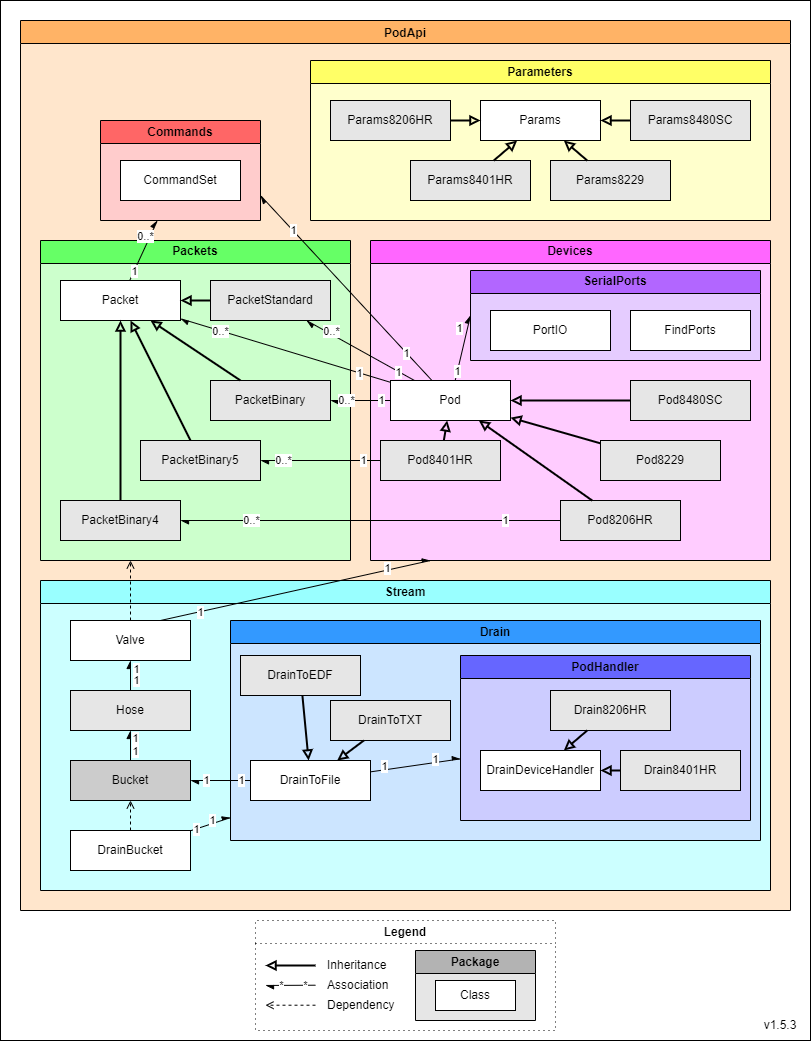
Before: Documents/Diagrams/class-diagrams-PodApi.png, a diagram exported from draw.io (Pinnacle-Technology-Inc/Morelia). Source tidied: cells renumbered, new cells last; positions are measured from the earlier drawing's top-left corner, leaving out a move shared by most shapes.
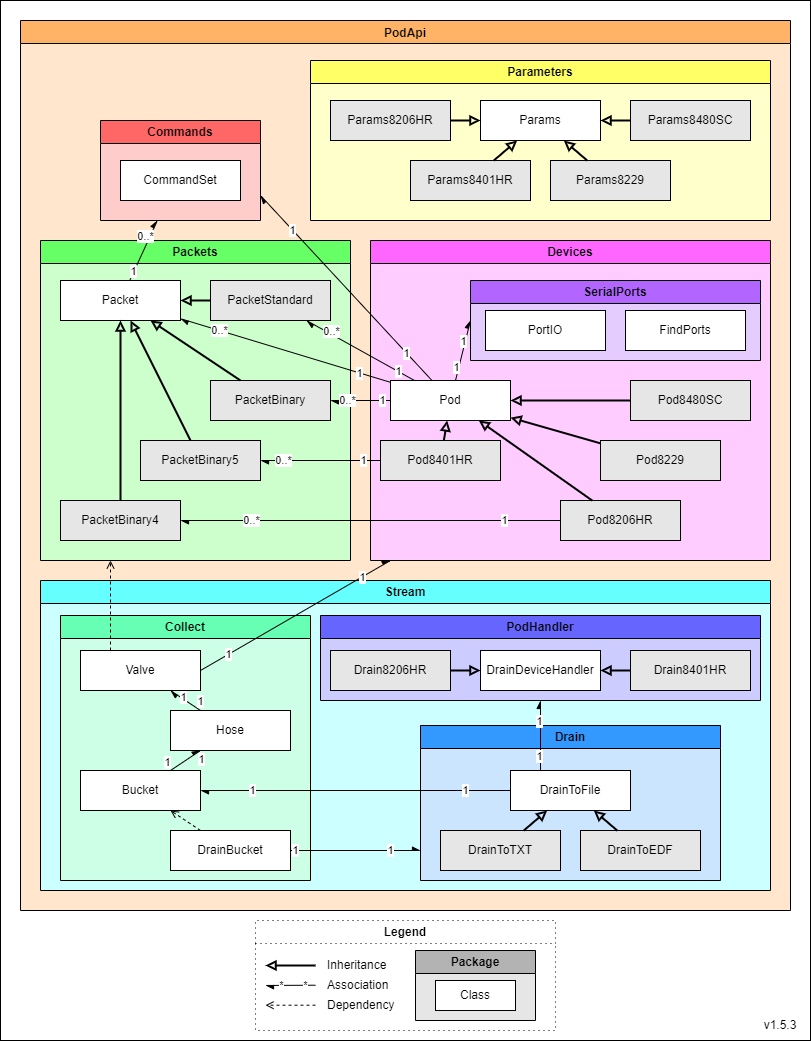
Later version of the same file.

What changed in the source:
```diff
@@ -102,24 +102,26 @@
       <mxGeometry relative="1" as="geometry" />
     </mxCell>
     <mxCell id="35" value="SerialPorts" style="swimlane;whiteSpace=wrap;html=1;fillColor=#B266FF;swimlaneFillColor=#E5CCFF;" parent="27" vertex="1">
-      <mxGeometry x="100" y="30" width="290" height="90" as="geometry" />
+      <mxGeometry x="100" y="40" width="290" height="80" as="geometry" />
     </mxCell>
     <mxCell id="36" value="PortIO" style="rounded=0;whiteSpace=wrap;html=1;fontStyle=0;" parent="35" vertex="1">
-      <mxGeometry x="20" y="40" width="120" height="40" as="geometry" />
+      <mxGeometry x="15" y="30" width="120" height="40" as="geometry" />
     </mxCell>
     <mxCell id="37" value="FindPorts" style="rounded=0;whiteSpace=wrap;html=1;fontStyle=0;" parent="35" vertex="1">
-      <mxGeometry x="160" y="40" width="120" height="40" as="geometry" />
+      <mxGeometry x="155" y="30" width="120" height="40" as="geometry" />
     </mxCell>
     <mxCell id="38" style="endArrow=async;html=1;endFill=1;fontStyle=0;entryX=0;entryY=0.5;entryDx=0;entryDy=0;" parent="27" edge="1" source="28" target="35">
       <mxGeometry relative="1" as="geometry" />
     </mxCell>
     <mxCell id="39" value="1" style="edgeLabel;html=1;align=center;verticalAlign=middle;fontStyle=0;" parent="38" vertex="1">
       <mxGeometry x="0.63" relative="1" as="geometry">
-        <mxPoint x="-9" as="offset" />
+        <mxPoint x="-4" y="10" as="offset" />
       </mxGeometry>
     </mxCell>
     <mxCell id="40" value="1" style="edgeLabel;html=1;align=center;verticalAlign=middle;fontStyle=0;" parent="38" vertex="1">
-      <mxGeometry x="-0.71" relative="1" as="geometry" />
+      <mxGeometry x="-0.71" relative="1" as="geometry">
+        <mxPoint x="-1" y="-4" as="offset" />
+      </mxGeometry>
     </mxCell>
     <mxCell id="41" value="Pod&lt;span&gt;8480SC&lt;/span&gt;" style="rounded=0;whiteSpace=wrap;html=1;fontStyle=0;fillColor=#E6E6E6;" parent="27" vertex="1">
       <mxGeometry x="260" y="140" width="120" height="40" as="geometry" />
@@ -196,63 +198,108 @@
     <mxCell id="63" value="1" style="edgeLabel;html=1;align=center;verticalAlign=middle;fontStyle=0;" parent="61" vertex="1">
       <mxGeometry x="-0.71" relative="1" as="geometry" />
     </mxCell>
+    <mxCell id="112" value="Stream" style="swimlane;whiteSpace=wrap;html=1;fillColor=#66FFFF;swimlaneFillColor=#CCFFFF;" parent="4" vertex="1">
+      <mxGeometry x="20" y="560" width="730" height="310" as="geometry" />
+    </mxCell>
-    <mxCell id="64" value="Stream" style="swimlane;whiteSpace=wrap;html=1;fillColor=#99FFFF;swimlaneLine=1;swimlaneFillColor=#CCFFFF;" parent="4" vertex="1">
-      <mxGeometry x="20" y="560" width="730" height="310" as="geometry" />
+    <mxCell id="64" value="Collect" style="swimlane;whiteSpace=wrap;html=1;fillColor=#66FFB3;swimlaneLine=1;swimlaneFillColor=#CCFFE6;" parent="112" vertex="1">
+      <mxGeometry x="20" y="35" width="250" height="265" as="geometry" />
     </mxCell>
-    <mxCell id="65" value="Bucket" style="rounded=0;whiteSpace=wrap;html=1;fontStyle=0;fillColor=#CCCCCC;" parent="64" vertex="1">
-      <mxGeometry x="30" y="180" width="120" height="40" as="geometry" />
+    <mxCell id="65" value="Bucket" style="rounded=0;whiteSpace=wrap;html=1;fontStyle=0;fillColor=#FFFFFF;" parent="64" vertex="1">
+      <mxGeometry x="20" y="155" width="120" height="40" as="geometry" />
     </mxCell>
-    <mxCell id="66" value="Hose" style="rounded=0;whiteSpace=wrap;html=1;fontStyle=0;fillColor=#E6E6E6;" parent="64" vertex="1">
-      <mxGeometry x="30" y="110" width="120" height="40" as="geometry" />
+    <mxCell id="66" value="Hose" style="rounded=0;whiteSpace=wrap;html=1;fontStyle=0;fillColor=#FFFFFF;" parent="64" vertex="1">
+      <mxGeometry x="110" y="95" width="120" height="40" as="geometry" />
     </mxCell>
-    <mxCell id="67" value="DrainBucket" style="rounded=0;whiteSpace=wrap;html=1;fontStyle=0;" parent="64" vertex="1">
-      <mxGeometry x="30" y="250" width="120" height="40" as="geometry" />
-    </mxCell>
     <mxCell id="68" value="Valve" style="rounded=0;whiteSpace=wrap;html=1;fontStyle=0;" parent="64" vertex="1">
-      <mxGeometry x="30" y="40" width="120" height="40" as="geometry" />
+      <mxGeometry x="20" y="35" width="120" height="40" as="geometry" />
     </mxCell>
     <mxCell id="69" style="endArrow=async;html=1;endFill=1;fontStyle=0;" parent="64" edge="1" source="66" target="68">
       <mxGeometry relative="1" as="geometry" />
     </mxCell>
     <mxCell id="70" value="1" style="edgeLabel;html=1;align=center;verticalAlign=middle;fontStyle=0;" parent="69" vertex="1">
       <mxGeometry x="0.63" relative="1" as="geometry">
-        <mxPoint x="6" y="3" as="offset" />
+        <mxPoint x="7" y="3" as="offset" />
       </mxGeometry>
     </mxCell>
     <mxCell id="71" value="1" style="edgeLabel;html=1;align=center;verticalAlign=middle;fontStyle=0;" parent="69" vertex="1">
       <mxGeometry x="-0.71" relative="1" as="geometry">
-        <mxPoint x="6" y="-6" as="offset" />
+        <mxPoint x="4" y="-6" as="offset" />
       </mxGeometry>
     </mxCell>
+    <mxCell id="93" style="endArrow=async;html=1;endFill=1;fontStyle=0;" parent="64" edge="1" source="65" target="66">
+      <mxGeometry relative="1" as="geometry" />
+    </mxCell>
+    <mxCell id="94" value="1" style="edgeLabel;html=1;align=center;verticalAlign=middle;fontStyle=0;" parent="93" vertex="1">
+      <mxGeometry x="0.63" relative="1" as="geometry">
+        <mxPoint x="6" y="5" as="offset" />
+      </mxGeometry>
+    </mxCell>
+    <mxCell id="95" value="1" style="edgeLabel;html=1;align=center;verticalAlign=middle;fontStyle=0;" parent="93" vertex="1">
+      <mxGeometry x="-0.71" relative="1" as="geometry">
+        <mxPoint x="-8" y="-5" as="offset" />
+      </mxGeometry>
+    </mxCell>
+    <mxCell id="67" value="DrainBucket" style="rounded=0;whiteSpace=wrap;html=1;fontStyle=0;" parent="64" vertex="1">
+      <mxGeometry x="110" y="215" width="120" height="40" as="geometry" />
+    </mxCell>
+    <mxCell id="96" style="endArrow=open;html=1;endFill=0;dashed=1;fontStyle=0;" parent="64" edge="1" source="67" target="65">
+      <mxGeometry relative="1" as="geometry" />
+    </mxCell>
-    <mxCell id="72" value="Drain" style="swimlane;whiteSpace=wrap;html=1;fillColor=#3399FF;swimlaneLine=1;swimlaneFillColor=#CCE5FF;" parent="64" vertex="1">
-      <mxGeometry x="190" y="40" width="530" height="220" as="geometry" />
+    <mxCell id="72" value="Drain" style="swimlane;whiteSpace=wrap;html=1;fillColor=#3399FF;swimlaneLine=1;swimlaneFillColor=#CCE5FF;" parent="112" vertex="1">
+      <mxGeometry x="380" y="145" width="300" height="155" as="geometry" />
     </mxCell>
+    <mxCell id="75" value="DrainToFile" style="rounded=0;whiteSpace=wrap;html=1;fontStyle=0;fillColor=#FFFFFF;" parent="72" vertex="1">
+      <mxGeometry x="90" y="45" width="120" height="40" as="geometry" />
+    </mxCell>
+    <mxCell id="74" value="DrainToTXT" style="rounded=0;whiteSpace=wrap;html=1;fontStyle=0;fillColor=#E6E6E6;" parent="72" vertex="1">
+      <mxGeometry x="20" y="105" width="120" height="40" as="geometry" />
+    </mxCell>
+    <mxCell id="76" style="endArrow=block;html=1;endFill=0;strokeWidth=2;fontStyle=0;" parent="72" edge="1" source="74" target="75">
+      <mxGeometry relative="1" as="geometry" />
+    </mxCell>
     <mxCell id="73" value="DrainToEDF" style="rounded=0;whiteSpace=wrap;html=1;fontStyle=0;fillColor=#E6E6E6;" parent="72" vertex="1">
-      <mxGeometry x="10" y="35" width="120" height="40" as="geometry" />
+      <mxGeometry x="160" y="105" width="120" height="40" as="geometry" />
     </mxCell>
-    <mxCell id="74" value="DrainToTXT" style="rounded=0;whiteSpace=wrap;html=1;fontStyle=0;fillColor=#E6E6E6;" parent="72" vertex="1">
-      <mxGeometry x="100" y="80" width="120" height="40" as="geometry" />
-    </mxCell>
-    <mxCell id="75" value="DrainToFile" style="rounded=0;whiteSpace=wrap;html=1;fontStyle=0;" parent="72" vertex="1">
-      <mxGeometry x="20" y="140" width="120" height="40" as="geometry" />
-    </mxCell>
-    <mxCell id="76" style="endArrow=block;html=1;endFill=0;strokeWidth=2;fontStyle=0;" parent="72" edge="1" source="74" target="75">
-      <mxGeometry relative="1" as="geometry" />
-    </mxCell>
     <mxCell id="77" style="endArrow=block;html=1;endFill=0;strokeWidth=2;fontStyle=0;" parent="72" edge="1" source="73" target="75">
       <mxGeometry relative="1" as="geometry" />
     </mxCell>
+    <mxCell id="87" style="endArrow=async;html=1;endFill=1;fontStyle=0;" parent="112" edge="1" source="67">
+      <mxGeometry relative="1" as="geometry">
+        <mxPoint x="380" y="270" as="targetPoint" />
+      </mxGeometry>
+    </mxCell>
+    <mxCell id="88" value="1" style="edgeLabel;html=1;align=center;verticalAlign=middle;fontStyle=0;" parent="87" vertex="1">
+      <mxGeometry x="0.63" relative="1" as="geometry">
+        <mxPoint x="-6" as="offset" />
+      </mxGeometry>
+    </mxCell>
+    <mxCell id="89" value="1" style="edgeLabel;html=1;align=center;verticalAlign=middle;fontStyle=0;" parent="87" vertex="1">
+      <mxGeometry x="-0.71" relative="1" as="geometry">
+        <mxPoint x="-14" as="offset" />
+      </mxGeometry>
+    </mxCell>
+    <mxCell id="90" style="endArrow=async;html=1;endFill=1;fontStyle=0;" parent="112" edge="1" source="75" target="65">
+      <mxGeometry relative="1" as="geometry" />
+    </mxCell>
+    <mxCell id="113" value="1" style="edgeLabel;html=1;align=center;verticalAlign=middle;fontStyle=0;" parent="90" vertex="1">
+      <mxGeometry x="0.63" relative="1" as="geometry">
+        <mxPoint x="-6" as="offset" />
+      </mxGeometry>
+    </mxCell>
+    <mxCell id="114" value="1" style="edgeLabel;html=1;align=center;verticalAlign=middle;fontStyle=0;" parent="90" vertex="1">
+      <mxGeometry x="-0.71" relative="1" as="geometry" />
+    </mxCell>
-    <mxCell id="78" value="PodHandler" style="swimlane;whiteSpace=wrap;html=1;fillColor=#6666FF;swimlaneFillColor=#CCCCFF;" parent="72" vertex="1">
-      <mxGeometry x="230" y="35" width="290" height="165" as="geometry" />
+    <mxCell id="78" value="PodHandler" style="swimlane;whiteSpace=wrap;html=1;fillColor=#6666FF;swimlaneFillColor=#CCCCFF;" parent="112" vertex="1">
+      <mxGeometry x="280" y="35" width="440" height="85" as="geometry" />
     </mxCell>
     <mxCell id="79" value="Drain8401HR" style="rounded=0;whiteSpace=wrap;html=1;fontStyle=0;fillColor=#E6E6E6;" parent="78" vertex="1">
-      <mxGeometry x="160" y="95" width="120" height="40" as="geometry" />
+      <mxGeometry x="310" y="35" width="120" height="40" as="geometry" />
     </mxCell>
     <mxCell id="80" value="Drain8206HR" style="rounded=0;whiteSpace=wrap;html=1;fontStyle=0;fillColor=#E6E6E6;" parent="78" vertex="1">
-      <mxGeometry x="90" y="35" width="120" height="40" as="geometry" />
+      <mxGeometry x="10" y="35" width="120" height="40" as="geometry" />
     </mxCell>
     <mxCell id="81" value="DrainDeviceHandler" style="rounded=0;whiteSpace=wrap;html=1;fontStyle=0;" parent="78" vertex="1">
-      <mxGeometry x="20" y="95" width="120" height="40" as="geometry" />
+      <mxGeometry x="160" y="35" width="120" height="40" as="geometry" />
     </mxCell>
     <mxCell id="82" style="endArrow=block;html=1;endFill=0;strokeWidth=2;fontStyle=0;" parent="78" edge="1" source="79" target="81">
       <mxGeometry relative="1" as="geometry" />
@@ -260,60 +307,27 @@
     <mxCell id="83" style="endArrow=block;html=1;endFill=0;strokeWidth=2;fontStyle=0;" parent="78" edge="1" source="80" target="81">
       <mxGeometry relative="1" as="geometry" />
     </mxCell>
-    <mxCell id="84" style="endArrow=async;html=1;endFill=1;fontStyle=0;" parent="72" edge="1" source="75" target="78">
+    <mxCell id="84" style="endArrow=async;html=1;endFill=1;fontStyle=0;exitX=0.25;exitY=0;exitDx=0;exitDy=0;entryX=0.5;entryY=1;entryDx=0;entryDy=0;" parent="112" edge="1" source="75" target="78">
       <mxGeometry relative="1" as="geometry" />
     </mxCell>
     <mxCell id="85" value="1" style="edgeLabel;html=1;align=center;verticalAlign=middle;fontStyle=0;" parent="84" vertex="1">
       <mxGeometry x="0.63" relative="1" as="geometry">
-        <mxPoint x="-9" y="-2" as="offset" />
+        <mxPoint x="-1" y="8" as="offset" />
       </mxGeometry>
     </mxCell>
     <mxCell id="86" value="1" style="edgeLabel;html=1;align=center;verticalAlign=middle;fontStyle=0;" parent="84" vertex="1">
       <mxGeometry x="-0.71" relative="1" as="geometry">
-        <mxPoint y="-4" as="offset" />
+        <mxPoint x="-1" y="-4" as="offset" />
       </mxGeometry>
     </mxCell>
-    <mxCell id="87" style="endArrow=async;html=1;endFill=1;fontStyle=0;" parent="64" edge="1" source="67" target="72">
-      <mxGeometry relative="1" as="geometry" />
-    </mxCell>
-    <mxCell id="88" value="1" style="edgeLabel;html=1;align=center;verticalAlign=middle;fontStyle=0;" parent="87" vertex="1">
-      <mxGeometry x="0.63" relative="1" as="geometry">
-        <mxPoint x="-11" as="offset" />
-      </mxGeometry>
-    </mxCell>
-    <mxCell id="89" value="1" style="edgeLabel;html=1;align=center;verticalAlign=middle;fontStyle=0;" parent="87" vertex="1">
-      <mxGeometry x="-0.71" relative="1" as="geometry" />
-    </mxCell>
-    <mxCell id="90" style="endArrow=async;html=1;endFill=1;fontStyle=0;exitX=0;exitY=0.5;exitDx=0;exitDy=0;" parent="64" edge="1" source="75" target="65">
-      <mxGeometry relative="1" as="geometry" />
-    </mxCell>
-    <mxCell id="91" value="1" style="edgeLabel;html=1;align=center;verticalAlign=middle;fontStyle=0;" parent="90" vertex="1">
-      <mxGeometry x="0.63" relative="1" as="geometry">
-        <mxPoint x="5" as="offset" />
-      </mxGeometry>
-    </mxCell>
-    <mxCell id="92" value="1" style="edgeLabel;html=1;align=center;verticalAlign=middle;fontStyle=0;" parent="90" vertex="1">
-      <mxGeometry x="-0.71" relative="1" as="geometry" />
-    </mxCell>
-    <mxCell id="93" style="endArrow=async;html=1;endFill=1;fontStyle=0;" parent="64" edge="1" source="65" target="66">
-      <mxGeometry relative="1" as="geometry" />
-    </mxCell>
-    <mxCell id="94" value="1" style="edgeLabel;html=1;align=center;verticalAlign=middle;fontStyle=0;" parent="93" vertex="1">
-      <mxGeometry x="0.63" relative="1" as="geometry">
-        <mxPoint x="5" y="2" as="offset" />
-      </mxGeometry>
-    </mxCell>
-    <mxCell id="95" value="1" style="edgeLabel;html=1;align=center;verticalAlign=middle;fontStyle=0;" parent="93" vertex="1">
-      <mxGeometry x="-0.71" relative="1" as="geometry">
-        <mxPoint x="5" y="-5" as="offset" />
-      </mxGeometry>
-    </mxCell>
-    <mxCell id="96" style="endArrow=open;html=1;endFill=0;dashed=1;fontStyle=0;" parent="64" edge="1" source="67" target="65">
-      <mxGeometry relative="1" as="geometry" />
-    </mxCell>
+    <mxCell id="100" style="endArrow=open;html=1;endFill=0;dashed=1;fontStyle=0;exitX=0.25;exitY=0;exitDx=0;exitDy=0;" parent="4" edge="1" source="68">
+      <mxGeometry relative="1" as="geometry">
+        <mxPoint x="90" y="540" as="targetPoint" />
+      </mxGeometry>
+    </mxCell>
-    <mxCell id="97" style="endArrow=async;html=1;endFill=1;fontStyle=0;exitX=0.75;exitY=0;exitDx=0;exitDy=0;" parent="4" edge="1" source="68">
+    <mxCell id="97" style="endArrow=async;html=1;endFill=1;fontStyle=0;exitX=1;exitY=0.5;exitDx=0;exitDy=0;" parent="4" edge="1" source="68">
       <mxGeometry relative="1" as="geometry">
-        <mxPoint x="410" y="540" as="targetPoint" />
+        <mxPoint x="370" y="540" as="targetPoint" />
       </mxGeometry>
     </mxCell>
     <mxCell id="98" value="1" style="edgeLabel;html=1;align=center;verticalAlign=middle;fontStyle=0;" parent="97" vertex="1">
@@ -324,11 +338,6 @@
     <mxCell id="99" value="1" style="edgeLabel;html=1;align=center;verticalAlign=middle;fontStyle=0;" parent="97" vertex="1">
       <mxGeometry x="-0.71" relative="1" as="geometry" />
     </mxCell>
-    <mxCell id="100" style="endArrow=open;html=1;endFill=0;dashed=1;fontStyle=0;" parent="4" edge="1" source="68">
-      <mxGeometry relative="1" as="geometry">
-        <mxPoint x="110" y="540" as="targetPoint" />
-      </mxGeometry>
-    </mxCell>
     <mxCell id="101" value="&lt;b&gt;Legend&lt;/b&gt;" style="swimlane;whiteSpace=wrap;html=1;gradientColor=none;dashed=1;dashPattern=1 4;fontStyle=0;" parent="1" vertex="1">
       <mxGeometry x="255" y="920" width="300" height="110" as="geometry" />
     </mxCell>
```
